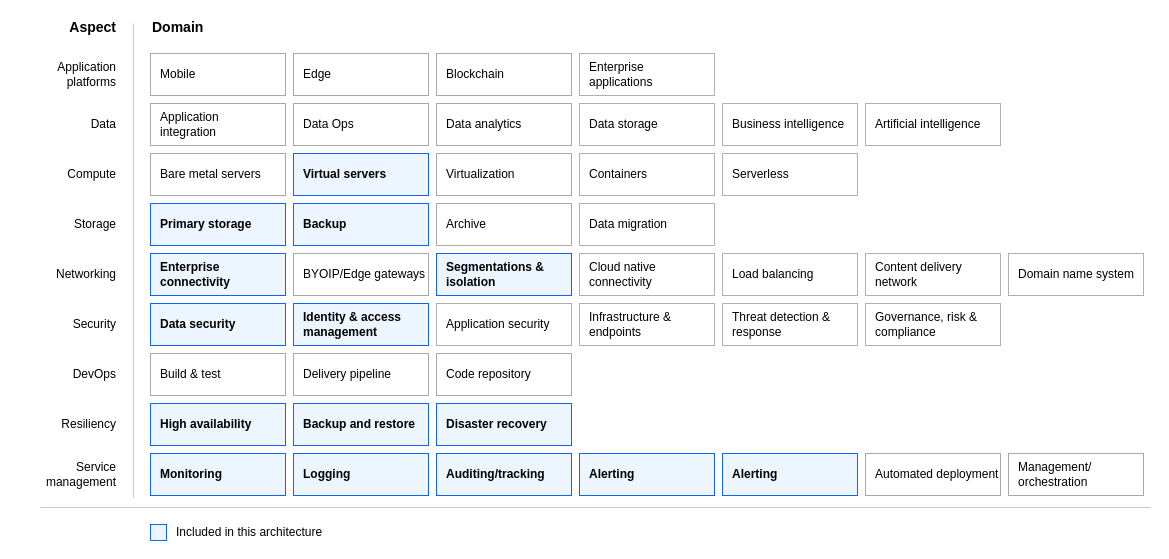
Earlier version of the draw.io diagram image/heat-map-veeam.drawio (ibm-cloud-docs/vmware-cross-region-dr). Source tidied: cells renumbered, new cells numbered last; positions are measured from the earlier drawing's top-left corner, leaving out a move shared by most shapes. Both pictures are drawn from the tidied source at 100%, with x=0, y=0 at pixel (17, 17).
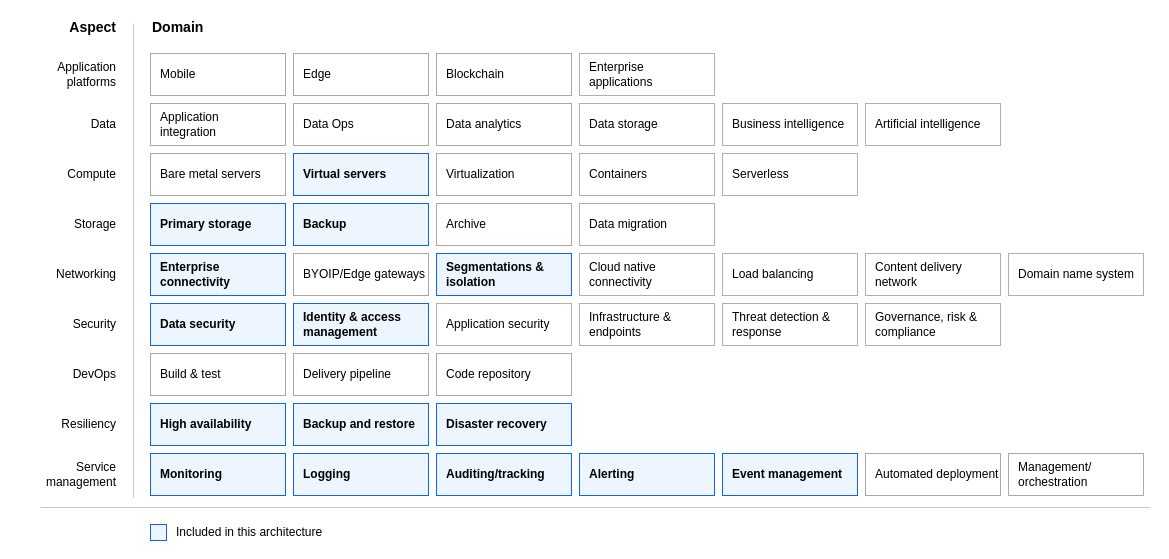
After the change.

The edit, as a diff of the source:
```diff
@@
-    <mxCell id="61" value="&lt;b&gt;Alerting&lt;/b&gt;" style="rounded=0;whiteSpace=wrap;html=1;strokeColor=#0E62FD;align=left;spacingLeft=8;fontFamily=IBM Plex Sans;fillColor=#EDF5FF;fontStyle=0;" parent="1" vertex="1">
+    <mxCell id="61" value="&lt;b&gt;Event management&lt;/b&gt;" style="rounded=0;whiteSpace=wrap;html=1;strokeColor=#0E62FD;align=left;spacingLeft=8;fontFamily=IBM Plex Sans;fillColor=#EDF5FF;fontStyle=0;" parent="1" vertex="1">
       <mxGeometry x="705" y="436" width="135" height="42" as="geometry" />
     </mxCell>
```
